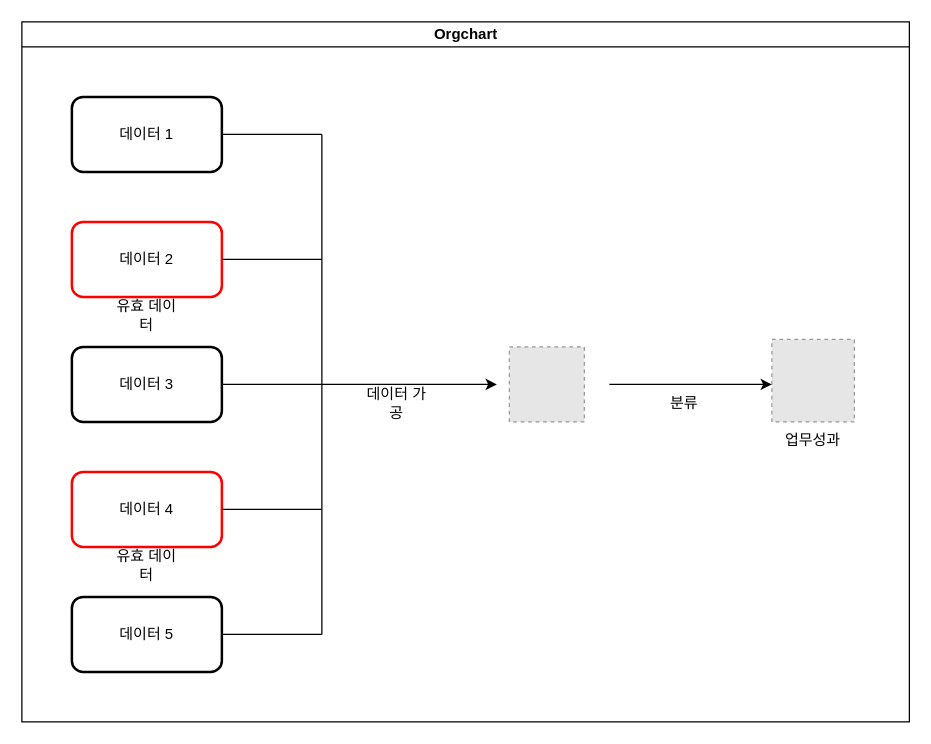
This is 제목 없는 다이어그램.drawio from ICTIS-Cert-System-Project/ICTIS-Cert-System, a draw.io file, before an edit. Source tidied: cells renumbered, new cells numbered last; positions are measured from the earlier drawing's top-left corner, leaving out a move shared by most shapes. Both pictures are drawn from the tidied source at 125%, with x=0, y=0 at pixel (21, 21). Pictures stored in the file or linked from it are replaced by grey dashed boxes.
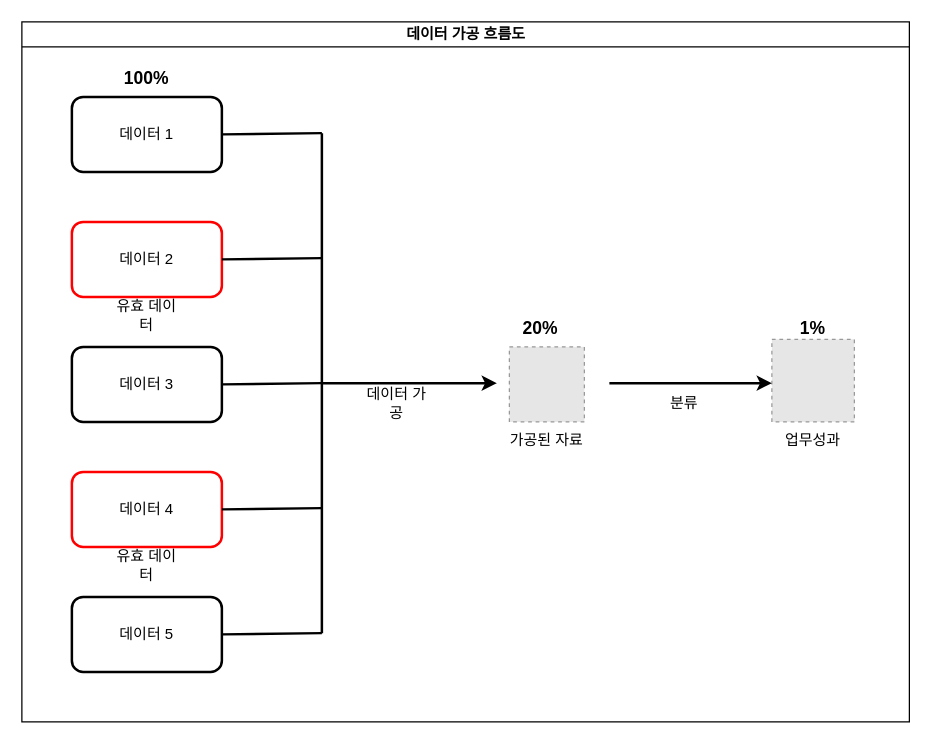
The same diagram, later.

Commit message:
제목 없는 다이어그램.drawio 업데이트

Unchanged cells that the change refers to:
```xml
<mxCell id="3" value="데이터 1" style="rounded=1;whiteSpace=wrap;html=1;strokeWidth=2;" parent="2" vertex="1">
  <mxGeometry x="40" y="60" width="120" height="60" as="geometry" />
</mxCell>
<mxCell id="4" value="데이터 2" style="rounded=1;whiteSpace=wrap;html=1;strokeWidth=2;strokeColor=#FF0000;" parent="2" vertex="1">
  <mxGeometry x="40" y="160" width="120" height="60" as="geometry" />
</mxCell>
<mxCell id="5" value="데이터 3" style="rounded=1;whiteSpace=wrap;html=1;strokeWidth=2;" parent="2" vertex="1">
  <mxGeometry x="40" y="260" width="120" height="60" as="geometry" />
</mxCell>
<mxCell id="6" value="데이터 4" style="rounded=1;whiteSpace=wrap;html=1;strokeWidth=2;strokeColor=#FF0000;" parent="2" vertex="1">
  <mxGeometry x="40" y="360" width="120" height="60" as="geometry" />
</mxCell>
<mxCell id="7" value="데이터 5" style="rounded=1;whiteSpace=wrap;html=1;strokeWidth=2;" parent="2" vertex="1">
  <mxGeometry x="40" y="460" width="120" height="60" as="geometry" />
</mxCell>
```

What changed in the source:
```diff
@@
-    <mxCell id="2" value="Orgchart" style="swimlane;html=1;startSize=20;horizontal=1;containerType=tree;glass=0;" parent="1" vertex="1">
+    <mxCell id="2" value="데이터 가공 흐름도" style="swimlane;html=1;startSize=20;horizontal=1;containerType=tree;glass=0;fillColor=none;" parent="1" vertex="1">
       <mxGeometry width="710" height="560" as="geometry" />
     </mxCell>
@@
+    <mxCell id="23" value="가공된 자료" style="text;html=1;align=center;verticalAlign=middle;whiteSpace=wrap;rounded=0;" parent="2" vertex="1">
+      <mxGeometry x="380" y="320" width="80" height="30" as="geometry" />
+    </mxCell>
+    <mxCell id="24" value="&lt;b&gt;&lt;font style=&quot;font-size: 14px;&quot;&gt;100%&lt;/font&gt;&lt;/b&gt;" style="text;html=1;align=center;verticalAlign=middle;whiteSpace=wrap;rounded=0;" parent="2" vertex="1">
+      <mxGeometry x="70" y="30" width="60" height="30" as="geometry" />
+    </mxCell>
+    <mxCell id="25" value="&lt;b&gt;&lt;font style=&quot;font-size: 14px;&quot;&gt;20%&lt;/font&gt;&lt;/b&gt;" style="text;html=1;align=center;verticalAlign=middle;whiteSpace=wrap;rounded=0;" parent="2" vertex="1">
+      <mxGeometry x="290" y="230" width="250" height="30" as="geometry" />
+    </mxCell>
+    <mxCell id="26" value="&lt;b&gt;&lt;font style=&quot;font-size: 14px;&quot;&gt;1%&lt;/font&gt;&lt;/b&gt;" style="text;html=1;align=center;verticalAlign=middle;whiteSpace=wrap;rounded=0;" parent="2" vertex="1">
+      <mxGeometry x="598" y="230" width="70" height="30" as="geometry" />
+    </mxCell>
-    <mxCell id="15" style="endArrow=none;html=1;rounded=0;exitX=1;exitY=0.5;exitDx=0;exitDy=0;" parent="1" edge="1" source="3">
+    <mxCell id="15" style="endArrow=none;html=1;rounded=0;exitX=1;exitY=0.5;exitDx=0;exitDy=0;strokeWidth=2;" parent="1" edge="1" source="3">
       <mxGeometry relative="1" as="geometry">
-        <mxPoint x="240" y="90" as="targetPoint" />
+        <mxPoint x="240" y="89" as="targetPoint" />
       </mxGeometry>
     </mxCell>
-    <mxCell id="16" style="endArrow=none;html=1;rounded=0;exitX=1;exitY=0.5;exitDx=0;exitDy=0;" parent="1" edge="1" source="4">
+    <mxCell id="16" style="endArrow=none;html=1;rounded=0;exitX=1;exitY=0.5;exitDx=0;exitDy=0;strokeWidth=2;" parent="1" edge="1" source="4">
       <mxGeometry relative="1" as="geometry">
-        <mxPoint x="240" y="190" as="targetPoint" />
+        <mxPoint x="240" y="189" as="targetPoint" />
       </mxGeometry>
     </mxCell>
-    <mxCell id="17" style="endArrow=none;html=1;rounded=0;exitX=1;exitY=0.5;exitDx=0;exitDy=0;" parent="1" edge="1" source="5">
+    <mxCell id="17" style="endArrow=none;html=1;rounded=0;exitX=1;exitY=0.5;exitDx=0;exitDy=0;strokeWidth=2;" parent="1" edge="1" source="5">
       <mxGeometry relative="1" as="geometry">
-        <mxPoint x="240" y="290" as="targetPoint" />
+        <mxPoint x="240" y="289" as="targetPoint" />
       </mxGeometry>
     </mxCell>
-    <mxCell id="18" style="endArrow=none;html=1;rounded=0;exitX=1;exitY=0.5;exitDx=0;exitDy=0;" parent="1" edge="1" source="6">
+    <mxCell id="18" style="endArrow=none;html=1;rounded=0;exitX=1;exitY=0.5;exitDx=0;exitDy=0;strokeWidth=2;" parent="1" edge="1" source="6">
       <mxGeometry relative="1" as="geometry">
-        <mxPoint x="240" y="390" as="targetPoint" />
+        <mxPoint x="240" y="389" as="targetPoint" />
       </mxGeometry>
     </mxCell>
-    <mxCell id="19" style="endArrow=none;html=1;rounded=0;exitX=1;exitY=0.5;exitDx=0;exitDy=0;" parent="1" edge="1" source="7">
+    <mxCell id="19" style="endArrow=none;html=1;rounded=0;exitX=1;exitY=0.5;exitDx=0;exitDy=0;strokeWidth=2;" parent="1" edge="1" source="7">
       <mxGeometry relative="1" as="geometry">
-        <mxPoint x="240" y="490" as="targetPoint" />
+        <mxPoint x="240" y="489" as="targetPoint" />
       </mxGeometry>
     </mxCell>
-    <mxCell id="20" style="endArrow=none;html=1;rounded=0;" parent="1" edge="1">
+    <mxCell id="20" style="endArrow=none;html=1;rounded=0;strokeWidth=2;" parent="1" edge="1">
       <mxGeometry relative="1" as="geometry">
-        <mxPoint x="240" y="90" as="sourcePoint" />
-        <mxPoint x="240" y="490" as="targetPoint" />
+        <mxPoint x="240" y="89" as="sourcePoint" />
+        <mxPoint x="240" y="489" as="targetPoint" />
       </mxGeometry>
     </mxCell>
-    <mxCell id="21" style="endArrow=classic;html=1;rounded=0;" parent="1" edge="1">
+    <mxCell id="21" style="endArrow=classic;html=1;rounded=0;strokeWidth=2;" parent="1" edge="1">
       <mxGeometry relative="1" as="geometry">
-        <mxPoint x="240" y="290" as="sourcePoint" />
-        <mxPoint x="380" y="290" as="targetPoint" />
+        <mxPoint x="240" y="289" as="sourcePoint" />
+        <mxPoint x="380" y="289" as="targetPoint" />
       </mxGeometry>
     </mxCell>
-    <mxCell id="22" style="endArrow=classic;html=1;rounded=0;" parent="1" edge="1">
+    <mxCell id="22" style="endArrow=classic;html=1;rounded=0;strokeWidth=2;" parent="1" edge="1">
       <mxGeometry relative="1" as="geometry">
-        <mxPoint x="470" y="290" as="sourcePoint" />
-        <mxPoint x="600" y="290" as="targetPoint" />
+        <mxPoint x="470" y="289" as="sourcePoint" />
+        <mxPoint x="600" y="289" as="targetPoint" />
       </mxGeometry>
     </mxCell>
```
